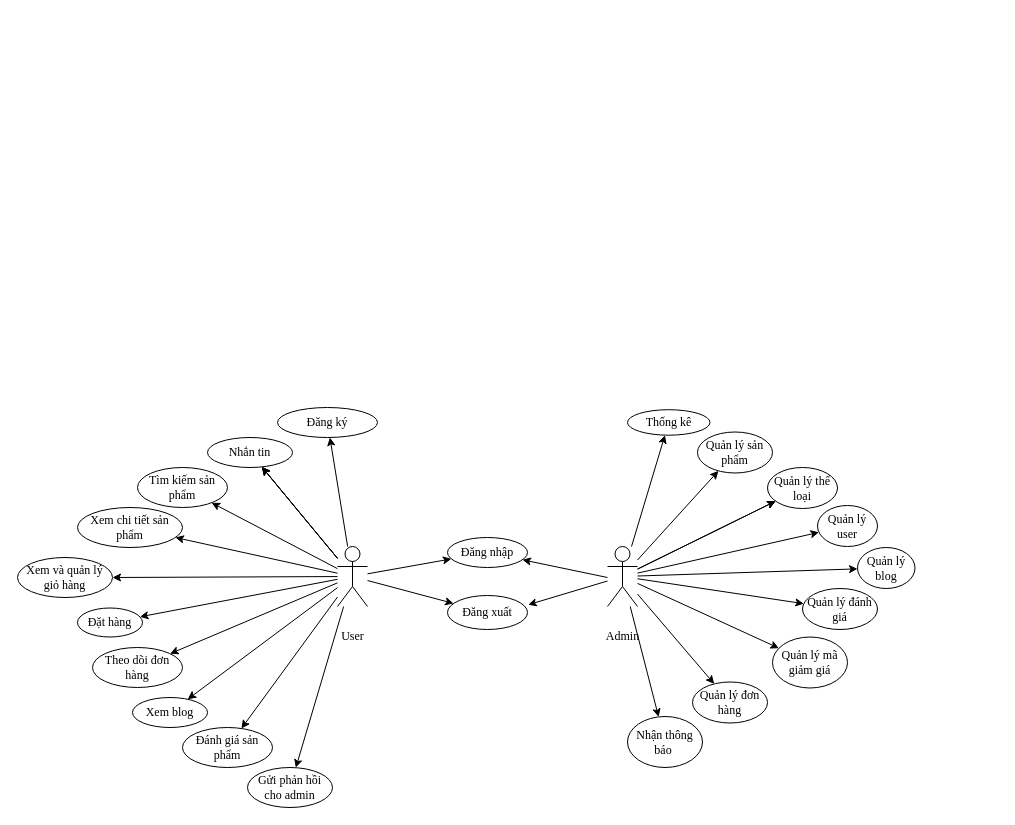
The draw.io diagram page "TongQuat" (1 of 13) of usecase.drawio in minhan1410/Commerce, before the edit. Source tidied: cells renumbered, new cells numbered last; positions are measured from the earlier drawing's top-left corner, leaving out a move shared by most shapes. Both pictures are drawn from the tidied source at 100%, with x=0, y=0 at pixel (17, 407).
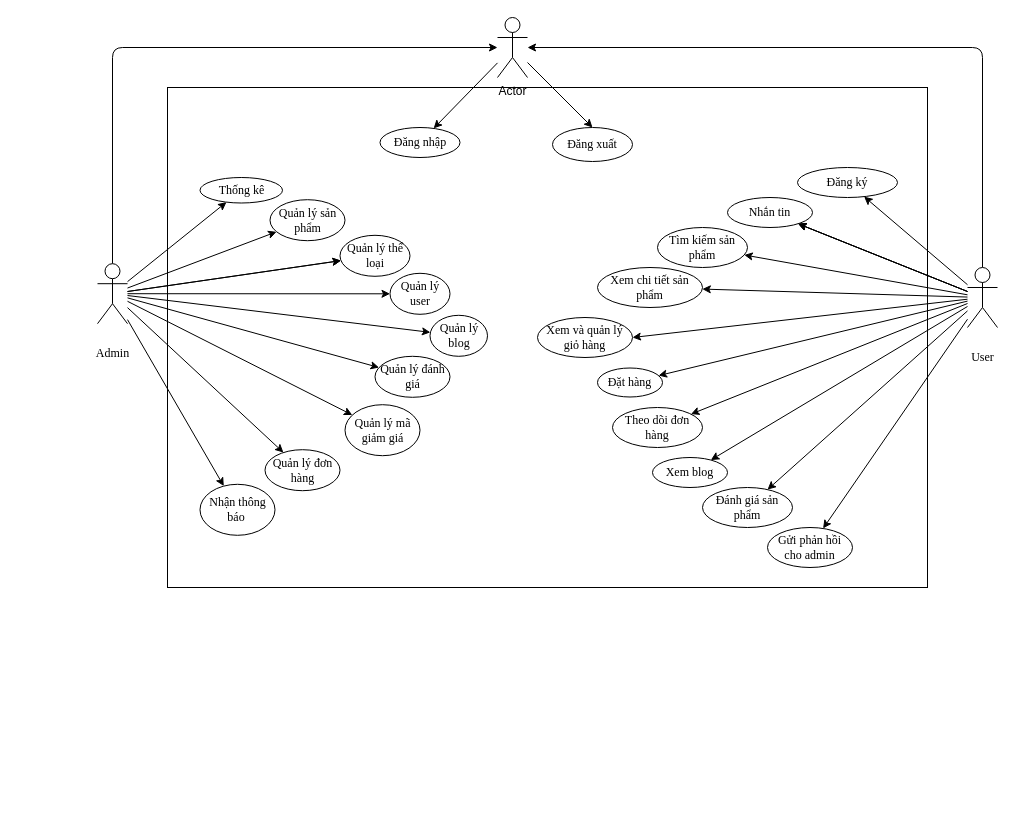
The same page after the edit.

What changed in the source:
```diff
@@
+    <mxCell id="51" style="rounded=0;whiteSpace=wrap;html=1;labelBackgroundColor=none;labelBorderColor=none;" parent="1" vertex="1">
+      <mxGeometry x="150" y="-320" width="760" height="500" as="geometry" />
+    </mxCell>
@@
-    <mxCell id="14" style="edgeStyle=none;html=1;fontFamily=Times New Roman;verticalAlign=middle;" parent="1" edge="1" source="16" target="49">
-      <mxGeometry relative="1" as="geometry" />
-    </mxCell>
-    <mxCell id="15" style="edgeStyle=none;html=1;fontFamily=Times New Roman;verticalAlign=middle;" parent="1" edge="1" source="16" target="50">
-      <mxGeometry relative="1" as="geometry" />
-    </mxCell>
+    <mxCell id="52" style="edgeStyle=none;html=1;" parent="1" edge="1" source="16" target="38">
+      <mxGeometry relative="1" as="geometry">
+        <Array as="points">
+          <mxPoint x="965" y="-360" />
+        </Array>
+      </mxGeometry>
+    </mxCell>
     <mxCell id="16" value="User" style="shape=umlActor;verticalLabelPosition=bottom;verticalAlign=middle;html=1;outlineConnect=0;fontFamily=Times New Roman;" parent="1" vertex="1">
-      <mxGeometry x="320" y="139" width="30" height="60" as="geometry" />
+      <mxGeometry x="950" y="-140" width="30" height="60" as="geometry" />
     </mxCell>
     <mxCell id="17" value="&lt;font&gt;Đăng ký&lt;/font&gt;" style="ellipse;whiteSpace=wrap;html=1;verticalAlign=middle;fontFamily=Times New Roman;" parent="1" vertex="1">
-      <mxGeometry x="260" width="100" height="30" as="geometry" />
+      <mxGeometry x="780" y="-240" width="100" height="30" as="geometry" />
     </mxCell>
     <mxCell id="18" value="&lt;font&gt;Nhắn tin&lt;/font&gt;" style="ellipse;whiteSpace=wrap;html=1;verticalAlign=middle;fontFamily=Times New Roman;" parent="1" vertex="1">
-      <mxGeometry x="190" y="30" width="85" height="30" as="geometry" />
+      <mxGeometry x="710" y="-210" width="85" height="30" as="geometry" />
     </mxCell>
     <mxCell id="19" value="Tìm kiếm sản phẩm" style="ellipse;whiteSpace=wrap;html=1;verticalAlign=middle;fontFamily=Times New Roman;" parent="1" vertex="1">
-      <mxGeometry x="120" y="60" width="90" height="40" as="geometry" />
+      <mxGeometry x="640" y="-180" width="90" height="40" as="geometry" />
     </mxCell>
     <mxCell id="20" value="Xem chi tiết sản phẩm" style="ellipse;whiteSpace=wrap;html=1;verticalAlign=middle;fontFamily=Times New Roman;" parent="1" vertex="1">
-      <mxGeometry x="60" y="100" width="105" height="40" as="geometry" />
+      <mxGeometry x="580" y="-140" width="105" height="40" as="geometry" />
     </mxCell>
     <mxCell id="21" value="Xem và quản lý giỏ hàng" style="ellipse;whiteSpace=wrap;html=1;verticalAlign=middle;fontFamily=Times New Roman;" parent="1" vertex="1">
-      <mxGeometry y="150" width="95" height="40" as="geometry" />
+      <mxGeometry x="520" y="-90" width="95" height="40" as="geometry" />
     </mxCell>
     <mxCell id="22" value="Đặt hàng" style="ellipse;whiteSpace=wrap;html=1;verticalAlign=middle;fontFamily=Times New Roman;" parent="1" vertex="1">
-      <mxGeometry x="60" y="200.5" width="65" height="29" as="geometry" />
+      <mxGeometry x="580" y="-39.5" width="65" height="29" as="geometry" />
     </mxCell>
     <mxCell id="23" value="Theo dõi đơn hàng" style="ellipse;whiteSpace=wrap;html=1;verticalAlign=middle;fontFamily=Times New Roman;" parent="1" vertex="1">
-      <mxGeometry x="75" y="240" width="90" height="40" as="geometry" />
+      <mxGeometry x="595" width="90" height="40" as="geometry" />
     </mxCell>
     <mxCell id="24" value="Xem blog" style="ellipse;whiteSpace=wrap;html=1;verticalAlign=middle;fontFamily=Times New Roman;" parent="1" vertex="1">
-      <mxGeometry x="115" y="290" width="75" height="30" as="geometry" />
+      <mxGeometry x="635" y="50" width="75" height="30" as="geometry" />
     </mxCell>
     <mxCell id="25" value="Đánh giá sản phẩm" style="ellipse;whiteSpace=wrap;html=1;verticalAlign=middle;fontFamily=Times New Roman;" parent="1" vertex="1">
-      <mxGeometry x="165" y="320" width="90" height="40" as="geometry" />
+      <mxGeometry x="685" y="80" width="90" height="40" as="geometry" />
     </mxCell>
     <mxCell id="26" value="Gửi phản hồi cho admin" style="ellipse;whiteSpace=wrap;html=1;verticalAlign=middle;fontFamily=Times New Roman;" parent="1" vertex="1">
-      <mxGeometry x="230" y="360" width="85" height="40" as="geometry" />
+      <mxGeometry x="750" y="120" width="85" height="40" as="geometry" />
     </mxCell>
@@
-    <mxCell id="37" style="edgeStyle=none;html=1;fontFamily=Times New Roman;verticalAlign=middle;" parent="1" edge="1" target="49">
-      <mxGeometry relative="1" as="geometry">
-        <mxPoint x="590" y="170" as="sourcePoint" />
-      </mxGeometry>
-    </mxCell>
-    <mxCell id="38" style="edgeStyle=none;html=1;entryX=1.009;entryY=0.272;entryDx=0;entryDy=0;fontFamily=Times New Roman;entryPerimeter=0;verticalAlign=middle;" parent="1" edge="1" source="39" target="50">
-      <mxGeometry relative="1" as="geometry" />
-    </mxCell>
+    <mxCell id="53" style="edgeStyle=none;html=1;" parent="1" edge="1" source="39" target="38">
+      <mxGeometry relative="1" as="geometry">
+        <Array as="points">
+          <mxPoint x="95" y="-360" />
+        </Array>
+      </mxGeometry>
+    </mxCell>
     <mxCell id="39" value="Admin" style="shape=umlActor;verticalLabelPosition=bottom;verticalAlign=middle;html=1;outlineConnect=0;fontFamily=Times New Roman;" parent="1" vertex="1">
-      <mxGeometry x="590" y="139" width="30" height="60" as="geometry" />
+      <mxGeometry x="80" y="-143.8" width="30" height="60" as="geometry" />
     </mxCell>
     <mxCell id="40" value="Thống kê" style="ellipse;whiteSpace=wrap;html=1;fontFamily=Times New Roman;verticalAlign=middle;" parent="1" vertex="1">
-      <mxGeometry x="610" y="2.2" width="82.5" height="25.5" as="geometry" />
+      <mxGeometry x="182.5" y="-230" width="82.5" height="25.5" as="geometry" />
     </mxCell>
     <mxCell id="41" value="Quản lý sản phẩm" style="ellipse;whiteSpace=wrap;html=1;fontFamily=Times New Roman;verticalAlign=middle;" parent="1" vertex="1">
-      <mxGeometry x="680" y="24.5" width="75" height="41" as="geometry" />
+      <mxGeometry x="252.5" y="-207.8" width="75" height="41" as="geometry" />
     </mxCell>
     <mxCell id="42" value="Quản lý thể loại" style="ellipse;whiteSpace=wrap;html=1;fontFamily=Times New Roman;verticalAlign=middle;" parent="1" vertex="1">
-      <mxGeometry x="750" y="60" width="70" height="41" as="geometry" />
+      <mxGeometry x="322.5" y="-172.2" width="70" height="41" as="geometry" />
     </mxCell>
     <mxCell id="43" value="Quản lý user" style="ellipse;whiteSpace=wrap;html=1;fontFamily=Times New Roman;verticalAlign=middle;" parent="1" vertex="1">
-      <mxGeometry x="800" y="98" width="60" height="41" as="geometry" />
+      <mxGeometry x="372.5" y="-134.2" width="60" height="41" as="geometry" />
     </mxCell>
     <mxCell id="44" value="Quản lý blog" style="ellipse;whiteSpace=wrap;html=1;fontFamily=Times New Roman;verticalAlign=middle;" parent="1" vertex="1">
-      <mxGeometry x="840" y="140" width="57.5" height="41" as="geometry" />
+      <mxGeometry x="412.5" y="-92.2" width="57.5" height="41" as="geometry" />
     </mxCell>
     <mxCell id="45" value="Quản lý đánh giá" style="ellipse;whiteSpace=wrap;html=1;fontFamily=Times New Roman;verticalAlign=middle;" parent="1" vertex="1">
-      <mxGeometry x="785" y="181" width="75" height="41" as="geometry" />
+      <mxGeometry x="357.5" y="-51.2" width="75" height="41" as="geometry" />
     </mxCell>
     <mxCell id="46" value="Quản lý mã giảm giá" style="ellipse;whiteSpace=wrap;html=1;fontFamily=Times New Roman;verticalAlign=middle;" parent="1" vertex="1">
-      <mxGeometry x="755" y="229.5" width="75" height="51" as="geometry" />
+      <mxGeometry x="327.5" y="-2.8" width="75" height="51" as="geometry" />
     </mxCell>
     <mxCell id="47" value="Quản lý đơn hàng" style="ellipse;whiteSpace=wrap;html=1;fontFamily=Times New Roman;verticalAlign=middle;" parent="1" vertex="1">
-      <mxGeometry x="675" y="274.5" width="75" height="41" as="geometry" />
+      <mxGeometry x="247.5" y="42.2" width="75" height="41" as="geometry" />
     </mxCell>
     <mxCell id="48" value="Nhận thông báo&amp;nbsp;" style="ellipse;whiteSpace=wrap;html=1;fontFamily=Times New Roman;verticalAlign=middle;" parent="1" vertex="1">
-      <mxGeometry x="610" y="309" width="75" height="51" as="geometry" />
+      <mxGeometry x="182.5" y="76.8" width="75" height="51" as="geometry" />
     </mxCell>
     <mxCell id="49" value="Đăng nhập" style="ellipse;whiteSpace=wrap;html=1;fontFamily=Times New Roman;verticalAlign=middle;" parent="1" vertex="1">
-      <mxGeometry x="430" y="130" width="80" height="30" as="geometry" />
+      <mxGeometry x="362.5" y="-280" width="80" height="30" as="geometry" />
     </mxCell>
     <mxCell id="50" value="Đăng xuất" style="ellipse;whiteSpace=wrap;html=1;fontFamily=Times New Roman;verticalAlign=middle;" parent="1" vertex="1">
-      <mxGeometry x="430" y="188" width="80" height="34" as="geometry" />
+      <mxGeometry x="535" y="-280" width="80" height="34" as="geometry" />
     </mxCell>
+    <mxCell id="54" style="edgeStyle=none;html=1;" parent="1" edge="1" source="38" target="49">
+      <mxGeometry relative="1" as="geometry" />
+    </mxCell>
+    <mxCell id="55" style="edgeStyle=none;html=1;entryX=0.5;entryY=0;entryDx=0;entryDy=0;" parent="1" edge="1" source="38" target="50">
+      <mxGeometry relative="1" as="geometry" />
+    </mxCell>
+    <mxCell id="38" value="Actor" style="shape=umlActor;verticalLabelPosition=bottom;verticalAlign=top;html=1;outlineConnect=0;" parent="1" vertex="1">
+      <mxGeometry x="480" y="-390" width="30" height="60" as="geometry" />
+    </mxCell>
```
